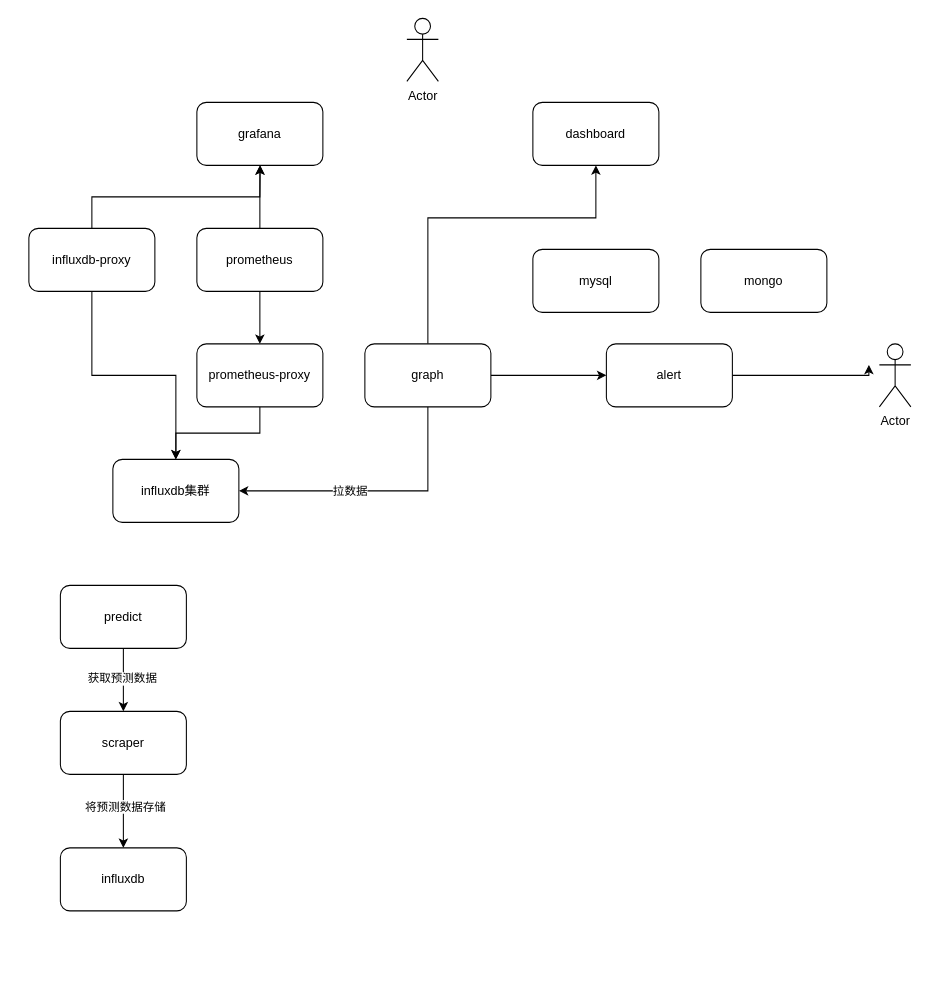
Before: 存储.drawio in wupei-w/diagrams, a draw.io diagram. Source tidied: cells renumbered, new cells numbered last; positions are measured from the earlier drawing's top-left corner, leaving out a move shared by most shapes. Both pictures are drawn from the tidied source at 105%, with x=0, y=0 at pixel (28, 18).
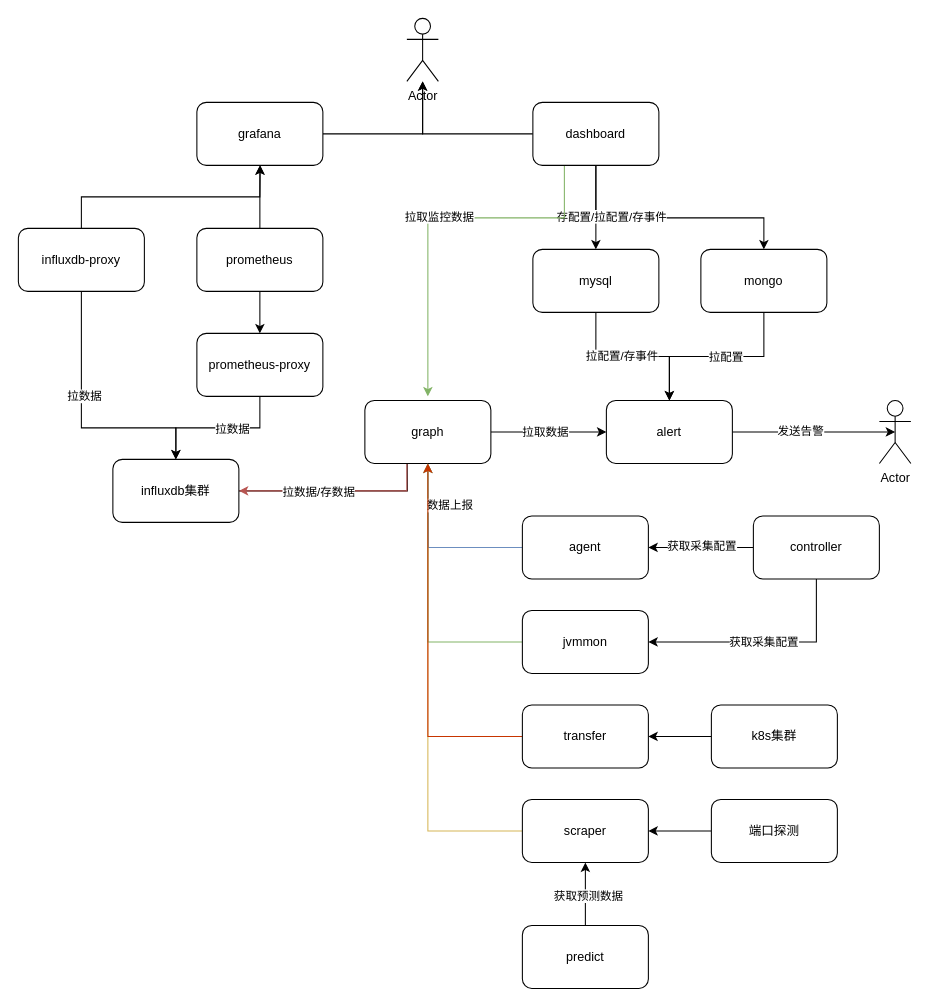
The same diagram, later.

Unchanged cells that the change refers to:
```xml
<mxCell id="9" value="Actor" style="shape=umlActor;verticalLabelPosition=bottom;verticalAlign=top;html=1;outlineConnect=0;" parent="1" vertex="1">
  <mxGeometry x="360" width="30" height="60" as="geometry" />
</mxCell>
<mxCell id="10" value="grafana" style="rounded=1;whiteSpace=wrap;html=1;" parent="1" vertex="1">
  <mxGeometry x="160" y="80" width="120" height="60" as="geometry" />
</mxCell>
<mxCell id="11" value="dashboard" style="rounded=1;whiteSpace=wrap;html=1;" parent="1" vertex="1">
  <mxGeometry x="480" y="80" width="120" height="60" as="geometry" />
</mxCell>
<mxCell id="15" value="influxdb集群" style="rounded=1;whiteSpace=wrap;html=1;" parent="1" vertex="1">
  <mxGeometry x="80" y="420" width="120" height="60" as="geometry" />
</mxCell>
<mxCell id="19" style="edgeStyle=orthogonalEdgeStyle;rounded=0;jettySize=auto;html=1;exitX=1;exitY=0.5;exitDx=0;exitDy=0;" parent="1" edge="1" source="20" target="29">
  <mxGeometry relative="1" as="geometry" />
</mxCell>
<mxCell id="24" style="edgeStyle=orthogonalEdgeStyle;rounded=0;jettySize=auto;html=1;exitX=0.5;exitY=1;exitDx=0;exitDy=0;entryX=0.5;entryY=0;entryDx=0;entryDy=0;" parent="1" edge="1" source="25" target="15">
  <mxGeometry relative="1" as="geometry" />
</mxCell>
<mxCell id="26" value="mysql" style="rounded=1;whiteSpace=wrap;html=1;" parent="1" vertex="1">
  <mxGeometry x="480" y="220" width="120" height="60" as="geometry" />
</mxCell>
<mxCell id="27" value="mongo" style="rounded=1;whiteSpace=wrap;html=1;" parent="1" vertex="1">
  <mxGeometry x="640" y="220" width="120" height="60" as="geometry" />
</mxCell>
```

The edit, as a diff of the source:
```diff
@@
-    <mxCell id="2" value="influxdb" style="rounded=1;whiteSpace=wrap;html=1;" parent="1" vertex="1">
-      <mxGeometry x="30" y="790" width="120" height="60" as="geometry" />
-    </mxCell>
-    <mxCell id="3" style="edgeStyle=orthogonalEdgeStyle;rounded=0;jettySize=auto;html=1;" parent="1" edge="1" source="5" target="2">
-      <mxGeometry relative="1" as="geometry" />
-    </mxCell>
-    <mxCell id="4" value="将预测数据存储" style="edgeLabel;html=1;align=center;verticalAlign=middle;" parent="3" vertex="1">
-      <mxGeometry x="-0.15" y="1" relative="1" as="geometry" />
-    </mxCell>
+    <mxCell id="31" style="edgeStyle=orthogonalEdgeStyle;rounded=0;jettySize=auto;html=1;exitX=0;exitY=0.5;exitDx=0;exitDy=0;entryX=0.5;entryY=1;entryDx=0;entryDy=0;fillColor=#fff2cc;strokeColor=#d6b656;" parent="1" edge="1" source="5" target="20">
+      <mxGeometry relative="1" as="geometry" />
+    </mxCell>
     <mxCell id="5" value="scraper" style="rounded=1;whiteSpace=wrap;html=1;" parent="1" vertex="1">
-      <mxGeometry x="30" y="660" width="120" height="60" as="geometry" />
+      <mxGeometry x="470" y="743.9" width="120" height="60" as="geometry" />
     </mxCell>
@@
     <mxCell id="8" value="predict" style="rounded=1;whiteSpace=wrap;html=1;" parent="1" vertex="1">
-      <mxGeometry x="30" y="540" width="120" height="60" as="geometry" />
+      <mxGeometry x="470" y="863.9" width="120" height="60" as="geometry" />
     </mxCell>
@@
+    <mxCell id="32" style="edgeStyle=orthogonalEdgeStyle;rounded=0;jettySize=auto;html=1;" parent="1" edge="1" source="10" target="9">
+      <mxGeometry relative="1" as="geometry" />
+    </mxCell>
@@
+    <mxCell id="33" style="edgeStyle=orthogonalEdgeStyle;rounded=0;jettySize=auto;html=1;exitX=0.5;exitY=1;exitDx=0;exitDy=0;entryX=0.5;entryY=0;entryDx=0;entryDy=0;" parent="1" edge="1" source="11" target="26">
+      <mxGeometry relative="1" as="geometry" />
+    </mxCell>
+    <mxCell id="34" style="edgeStyle=orthogonalEdgeStyle;rounded=0;jettySize=auto;html=1;exitX=0.5;exitY=1;exitDx=0;exitDy=0;entryX=0.5;entryY=0;entryDx=0;entryDy=0;" parent="1" edge="1" source="11" target="27">
+      <mxGeometry relative="1" as="geometry">
+        <Array as="points">
+          <mxPoint x="540" y="190" />
+          <mxPoint x="700" y="190" />
+        </Array>
+      </mxGeometry>
+    </mxCell>
+    <mxCell id="35" value="存配置/拉配置/存事件" style="edgeLabel;html=1;align=center;verticalAlign=middle;" parent="34" vertex="1">
+      <mxGeometry x="-0.47" y="2" relative="1" as="geometry" />
+    </mxCell>
+    <mxCell id="36" style="edgeStyle=orthogonalEdgeStyle;rounded=0;jettySize=auto;html=1;" parent="1" edge="1" source="11" target="9">
+      <mxGeometry relative="1" as="geometry" />
+    </mxCell>
+    <mxCell id="37" style="edgeStyle=orthogonalEdgeStyle;rounded=0;jettySize=auto;html=1;fillColor=#d5e8d4;strokeColor=#82b366;" parent="1" edge="1" source="11">
+      <mxGeometry relative="1" as="geometry">
+        <mxPoint x="380" y="360" as="targetPoint" />
+        <Array as="points">
+          <mxPoint x="510" y="190" />
+          <mxPoint x="380" y="190" />
+        </Array>
+      </mxGeometry>
+    </mxCell>
+    <mxCell id="38" value="拉取监控数据" style="edgeLabel;html=1;align=center;verticalAlign=middle;" parent="37" vertex="1">
+      <mxGeometry x="-0.03" y="-2" relative="1" as="geometry" />
+    </mxCell>
@@
     <mxCell id="12" style="edgeStyle=orthogonalEdgeStyle;rounded=0;jettySize=auto;html=1;exitX=0.5;exitY=1;exitDx=0;exitDy=0;" parent="1" edge="1" source="14" target="15">
-      <mxGeometry relative="1" as="geometry" />
+      <mxGeometry relative="1" as="geometry">
+        <Array as="points">
+          <mxPoint x="50" y="390" />
+          <mxPoint x="140" y="390" />
+        </Array>
+      </mxGeometry>
     </mxCell>
+    <mxCell id="39" value="拉数据" style="edgeLabel;html=1;align=center;verticalAlign=middle;" parent="12" vertex="1">
+      <mxGeometry x="-0.21" y="2" relative="1" as="geometry" />
+    </mxCell>
@@
     <mxCell id="14" value="influxdb-proxy" style="rounded=1;whiteSpace=wrap;html=1;" parent="1" vertex="1">
-      <mxGeometry y="200" width="120" height="60" as="geometry" />
+      <mxGeometry x="-10" y="200" width="120" height="60" as="geometry" />
     </mxCell>
+    <mxCell id="40" style="edgeStyle=orthogonalEdgeStyle;rounded=0;jettySize=auto;html=1;exitX=1;exitY=0.5;exitDx=0;exitDy=0;" parent="1" edge="1" source="15">
+      <mxGeometry relative="1" as="geometry">
+        <mxPoint x="360" y="370" as="targetPoint" />
+      </mxGeometry>
+    </mxCell>
@@
-    <mxCell id="16" style="edgeStyle=orthogonalEdgeStyle;rounded=0;jettySize=auto;html=1;entryX=1;entryY=0.5;entryDx=0;entryDy=0;" parent="1" edge="1" source="20" target="15">
+    <mxCell id="16" style="edgeStyle=orthogonalEdgeStyle;rounded=0;jettySize=auto;html=1;entryX=1;entryY=0.5;entryDx=0;entryDy=0;fillColor=#f8cecc;strokeColor=#b85450;" parent="1" edge="1" source="20" target="15">
       <mxGeometry relative="1" as="geometry">
         <Array as="points">
-          <mxPoint x="380" y="450" />
+          <mxPoint x="360" y="450" />
         </Array>
       </mxGeometry>
     </mxCell>
-    <mxCell id="17" value="拉数据" style="edgeLabel;html=1;align=center;verticalAlign=middle;" parent="16" vertex="1">
-      <mxGeometry x="0.19" y="-1" relative="1" as="geometry" />
+    <mxCell id="17" value="拉数据/存数据" style="edgeLabel;html=1;align=center;verticalAlign=middle;" parent="16" vertex="1">
+      <mxGeometry x="0.19" y="-1" relative="1" as="geometry">
+        <mxPoint y="1" as="offset" />
+      </mxGeometry>
     </mxCell>
-    <mxCell id="18" style="edgeStyle=orthogonalEdgeStyle;rounded=0;jettySize=auto;html=1;exitX=0.5;exitY=0;exitDx=0;exitDy=0;entryX=0.5;entryY=1;entryDx=0;entryDy=0;" parent="1" edge="1" source="20" target="11">
-      <mxGeometry relative="1" as="geometry">
-        <Array as="points">
-          <mxPoint x="380" y="190" />
-          <mxPoint x="540" y="190" />
-        </Array>
-      </mxGeometry>
-    </mxCell>
@@
+    <mxCell id="41" value="拉取数据" style="edgeLabel;html=1;align=center;verticalAlign=middle;" parent="19" vertex="1">
+      <mxGeometry x="-0.07" relative="1" as="geometry" />
+    </mxCell>
     <mxCell id="20" value="graph" style="rounded=1;whiteSpace=wrap;html=1;" parent="1" vertex="1">
-      <mxGeometry x="320" y="310" width="120" height="60" as="geometry" />
+      <mxGeometry x="320" y="363.9" width="120" height="60" as="geometry" />
     </mxCell>
@@
+    <mxCell id="42" value="拉数据" style="edgeLabel;html=1;align=center;verticalAlign=middle;" parent="24" vertex="1">
+      <mxGeometry x="-0.18" relative="1" as="geometry" />
+    </mxCell>
     <mxCell id="25" value="prometheus-proxy" style="rounded=1;whiteSpace=wrap;html=1;" parent="1" vertex="1">
-      <mxGeometry x="160" y="310" width="120" height="60" as="geometry" />
+      <mxGeometry x="160" y="300" width="120" height="60" as="geometry" />
     </mxCell>
+    <mxCell id="43" style="edgeStyle=orthogonalEdgeStyle;rounded=0;jettySize=auto;html=1;exitX=0.5;exitY=1;exitDx=0;exitDy=0;entryX=0.5;entryY=0;entryDx=0;entryDy=0;" parent="1" edge="1" source="26" target="29">
+      <mxGeometry relative="1" as="geometry">
+        <Array as="points">
+          <mxPoint x="540" y="322" />
+          <mxPoint x="610" y="322" />
+        </Array>
+      </mxGeometry>
+    </mxCell>
+    <mxCell id="44" value="拉配置/存事件" style="edgeLabel;html=1;align=center;verticalAlign=middle;" parent="43" vertex="1">
+      <mxGeometry x="-0.14" y="1" relative="1" as="geometry" />
+    </mxCell>
@@
+    <mxCell id="45" style="edgeStyle=orthogonalEdgeStyle;rounded=0;jettySize=auto;html=1;exitX=0.5;exitY=1;exitDx=0;exitDy=0;entryX=0.5;entryY=0;entryDx=0;entryDy=0;" parent="1" edge="1" source="27" target="29">
+      <mxGeometry relative="1" as="geometry" />
+    </mxCell>
+    <mxCell id="46" value="拉配置" style="edgeLabel;html=1;align=center;verticalAlign=middle;" parent="45" vertex="1">
+      <mxGeometry x="-0.09" relative="1" as="geometry" />
+    </mxCell>
@@
-    <mxCell id="28" style="edgeStyle=orthogonalEdgeStyle;rounded=0;jettySize=auto;html=1;" parent="1" edge="1" source="29">
-      <mxGeometry relative="1" as="geometry">
-        <mxPoint x="800" y="330" as="targetPoint" />
-        <Array as="points">
-          <mxPoint x="800" y="340" />
-        </Array>
-      </mxGeometry>
-    </mxCell>
+    <mxCell id="47" style="edgeStyle=orthogonalEdgeStyle;rounded=0;jettySize=auto;html=1;entryX=0.5;entryY=0.5;entryDx=0;entryDy=0;entryPerimeter=0;" parent="1" edge="1" source="29" target="30">
+      <mxGeometry relative="1" as="geometry" />
+    </mxCell>
+    <mxCell id="48" value="发送告警" style="edgeLabel;html=1;align=center;verticalAlign=middle;" parent="47" vertex="1">
+      <mxGeometry x="-0.18" y="1" relative="1" as="geometry" />
+    </mxCell>
     <mxCell id="29" value="alert" style="rounded=1;whiteSpace=wrap;html=1;" parent="1" vertex="1">
-      <mxGeometry x="550" y="310" width="120" height="60" as="geometry" />
+      <mxGeometry x="550" y="363.9" width="120" height="60" as="geometry" />
     </mxCell>
     <mxCell id="30" value="Actor" style="shape=umlActor;verticalLabelPosition=bottom;verticalAlign=top;html=1;outlineConnect=0;" parent="1" vertex="1">
-      <mxGeometry x="810" y="310" width="30" height="60" as="geometry" />
+      <mxGeometry x="810" y="363.9" width="30" height="60" as="geometry" />
     </mxCell>
+    <mxCell id="49" style="edgeStyle=orthogonalEdgeStyle;rounded=0;jettySize=auto;html=1;fillColor=#dae8fc;strokeColor=#6c8ebf;" parent="1" edge="1" source="50">
+      <mxGeometry relative="1" as="geometry">
+        <mxPoint x="380" y="423.9" as="targetPoint" />
+      </mxGeometry>
+    </mxCell>
+    <mxCell id="50" value="agent" style="rounded=1;whiteSpace=wrap;html=1;" parent="1" vertex="1">
+      <mxGeometry x="470" y="473.9" width="120" height="60" as="geometry" />
+    </mxCell>
+    <mxCell id="51" style="edgeStyle=orthogonalEdgeStyle;rounded=0;jettySize=auto;html=1;exitX=0;exitY=0.5;exitDx=0;exitDy=0;fillColor=#d5e8d4;strokeColor=#82b366;" parent="1" edge="1" source="53" target="20">
+      <mxGeometry relative="1" as="geometry" />
+    </mxCell>
+    <mxCell id="52" value="数据上报" style="edgeLabel;html=1;align=center;verticalAlign=middle;" parent="51" vertex="1">
+      <mxGeometry x="0.09" y="-1" relative="1" as="geometry">
+        <mxPoint x="19" y="-78" as="offset" />
+      </mxGeometry>
+    </mxCell>
+    <mxCell id="53" value="jvmmon" style="rounded=1;whiteSpace=wrap;html=1;" parent="1" vertex="1">
+      <mxGeometry x="470" y="563.9" width="120" height="60" as="geometry" />
+    </mxCell>
+    <mxCell id="54" style="edgeStyle=orthogonalEdgeStyle;rounded=0;jettySize=auto;html=1;exitX=0;exitY=0.5;exitDx=0;exitDy=0;entryX=1;entryY=0.5;entryDx=0;entryDy=0;" parent="1" edge="1" source="57" target="50">
+      <mxGeometry relative="1" as="geometry" />
+    </mxCell>
+    <mxCell id="55" value="获取采集配置" style="edgeLabel;html=1;align=center;verticalAlign=middle;" parent="54" vertex="1">
+      <mxGeometry y="-1" relative="1" as="geometry" />
+    </mxCell>
+    <mxCell id="56" value="获取采集配置" style="edgeStyle=orthogonalEdgeStyle;rounded=0;jettySize=auto;html=1;entryX=1;entryY=0.5;entryDx=0;entryDy=0;" parent="1" edge="1" source="57" target="53">
+      <mxGeometry relative="1" as="geometry">
+        <Array as="points">
+          <mxPoint x="750" y="593.9" />
+        </Array>
+      </mxGeometry>
+    </mxCell>
+    <mxCell id="57" value="controller" style="rounded=1;whiteSpace=wrap;html=1;" parent="1" vertex="1">
+      <mxGeometry x="690" y="473.9" width="120" height="60" as="geometry" />
+    </mxCell>
+    <mxCell id="58" style="edgeStyle=orthogonalEdgeStyle;rounded=0;jettySize=auto;html=1;exitX=0;exitY=0.5;exitDx=0;exitDy=0;" parent="1" edge="1" source="59" target="5">
+      <mxGeometry relative="1" as="geometry" />
+    </mxCell>
+    <mxCell id="59" value="端口探测" style="rounded=1;whiteSpace=wrap;html=1;" parent="1" vertex="1">
+      <mxGeometry x="650" y="743.9" width="120" height="60" as="geometry" />
+    </mxCell>
+    <mxCell id="60" style="edgeStyle=orthogonalEdgeStyle;rounded=0;jettySize=auto;html=1;fillColor=#fa6800;strokeColor=#C73500;" parent="1" edge="1" source="61" target="20">
+      <mxGeometry relative="1" as="geometry">
+        <Array as="points">
+          <mxPoint x="380" y="683.9" />
+        </Array>
+      </mxGeometry>
+    </mxCell>
+    <mxCell id="61" value="transfer" style="rounded=1;whiteSpace=wrap;html=1;" parent="1" vertex="1">
+      <mxGeometry x="470" y="653.9" width="120" height="60" as="geometry" />
+    </mxCell>
+    <mxCell id="62" style="edgeStyle=orthogonalEdgeStyle;rounded=0;jettySize=auto;html=1;entryX=1;entryY=0.5;entryDx=0;entryDy=0;" parent="1" edge="1" source="63" target="61">
+      <mxGeometry relative="1" as="geometry" />
+    </mxCell>
+    <mxCell id="63" value="k8s集群" style="rounded=1;whiteSpace=wrap;html=1;" parent="1" vertex="1">
+      <mxGeometry x="650" y="653.9" width="120" height="60" as="geometry" />
+    </mxCell>
```
